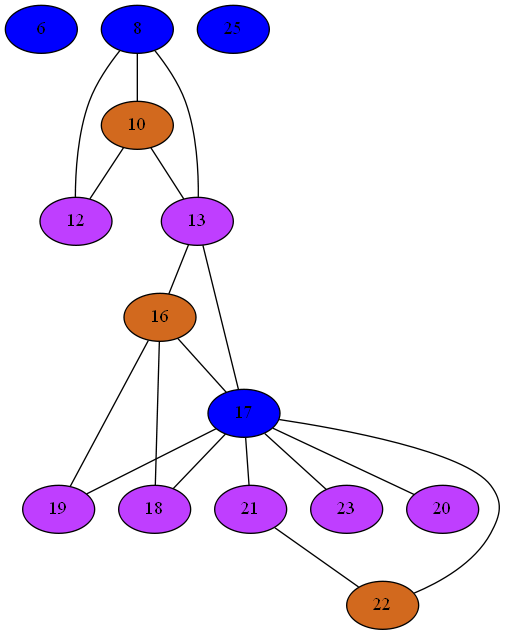
This is Compiler/20iGraph.png from mbajaj92/Project-Astoria, a Graphviz export, as it was before one commit. Its source is kept beside it as Compiler/20iGraph.dot.
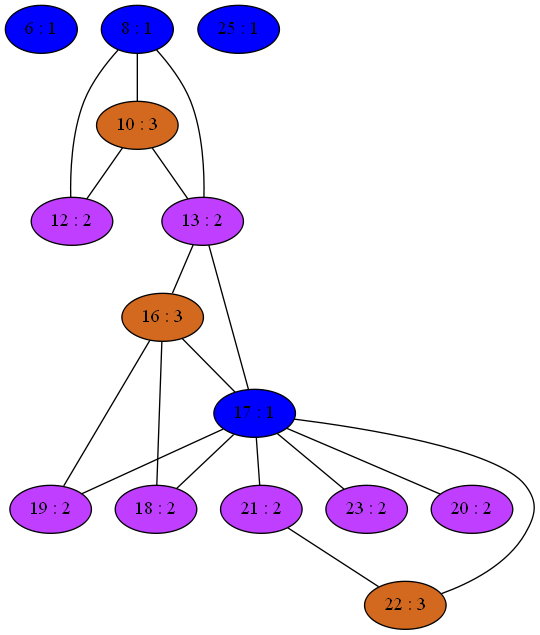
After the commit.

Diff of the diagram source:
```diff
@@ -1,27 +1,27 @@
 strict graph {
-6[label="6" style=filled fillcolor="blue1"];
-8[label="8" style=filled fillcolor="blue1"];
+6[label="6 : 1" style=filled fillcolor="blue1"];
+8[label="8 : 1" style=filled fillcolor="blue1"];
 8 -- 10
 8 -- 12
 8 -- 13
-10[label="10" style=filled fillcolor="chocolate"];
+10[label="10 : 3" style=filled fillcolor="chocolate"];
 10 -- 8
 10 -- 12
 10 -- 13
-12[label="12" style=filled fillcolor="darkorchid1"];
+12[label="12 : 2" style=filled fillcolor="darkorchid1"];
 12 -- 8
 12 -- 10
-13[label="13" style=filled fillcolor="darkorchid1"];
+13[label="13 : 2" style=filled fillcolor="darkorchid1"];
 13 -- 16
 13 -- 17
 13 -- 8
 13 -- 10
-16[label="16" style=filled fillcolor="chocolate"];
+16[label="16 : 3" style=filled fillcolor="chocolate"];
 16 -- 17
 16 -- 18
 16 -- 19
 16 -- 13
-17[label="17" style=filled fillcolor="blue1"];
+17[label="17 : 1" style=filled fillcolor="blue1"];
 17 -- 16
 17 -- 18
 17 -- 19
@@ -30,21 +30,21 @@
 17 -- 22
 17 -- 23
 17 -- 13
-18[label="18" style=filled fillcolor="darkorchid1"];
+18[label="18 : 2" style=filled fillcolor="darkorchid1"];
 18 -- 16
 18 -- 17
-19[label="19" style=filled fillcolor="darkorchid1"];
+19[label="19 : 2" style=filled fillcolor="darkorchid1"];
 19 -- 16
 19 -- 17
-20[label="20" style=filled fillcolor="darkorchid1"];
+20[label="20 : 2" style=filled fillcolor="darkorchid1"];
 20 -- 17
-21[label="21" style=filled fillcolor="darkorchid1"];
+21[label="21 : 2" style=filled fillcolor="darkorchid1"];
 21 -- 17
 21 -- 22
-22[label="22" style=filled fillcolor="chocolate"];
+22[label="22 : 3" style=filled fillcolor="chocolate"];
 22 -- 17
 22 -- 21
-23[label="23" style=filled fillcolor="darkorchid1"];
+23[label="23 : 2" style=filled fillcolor="darkorchid1"];
 23 -- 17
-25[label="25" style=filled fillcolor="blue1"];
+25[label="25 : 1" style=filled fillcolor="blue1"];
 }
```
